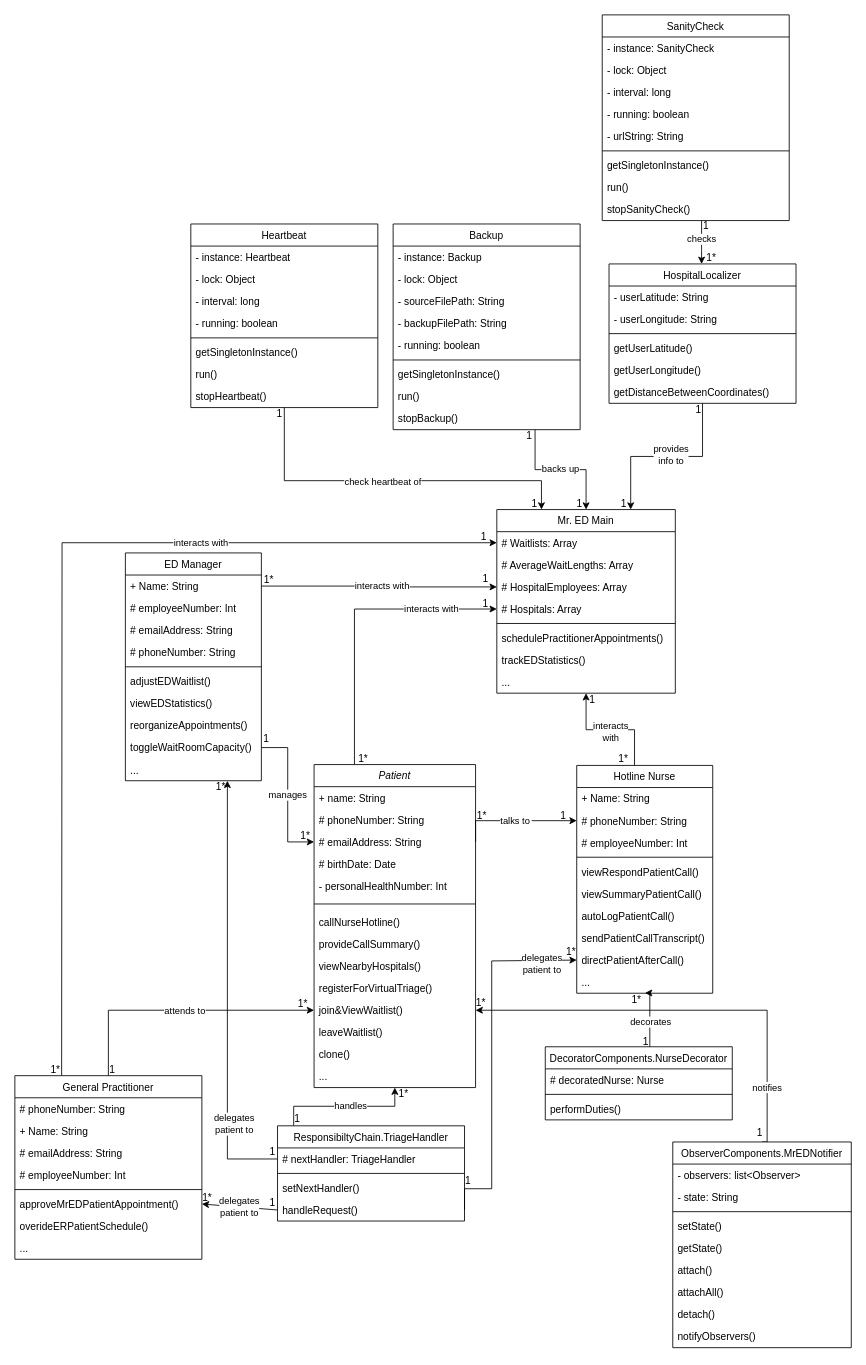
The draw.io diagram AmirWork/M2/Mister_ED_ClassDiagram.drawio in SENG-350-2024-fall/Team9, before the edit. Source tidied: cells renumbered, new cells numbered last; positions are measured from the earlier drawing's top-left corner, leaving out a move shared by most shapes. Both pictures are drawn from the tidied source at 85%, with x=0, y=0 at pixel (14, 14).
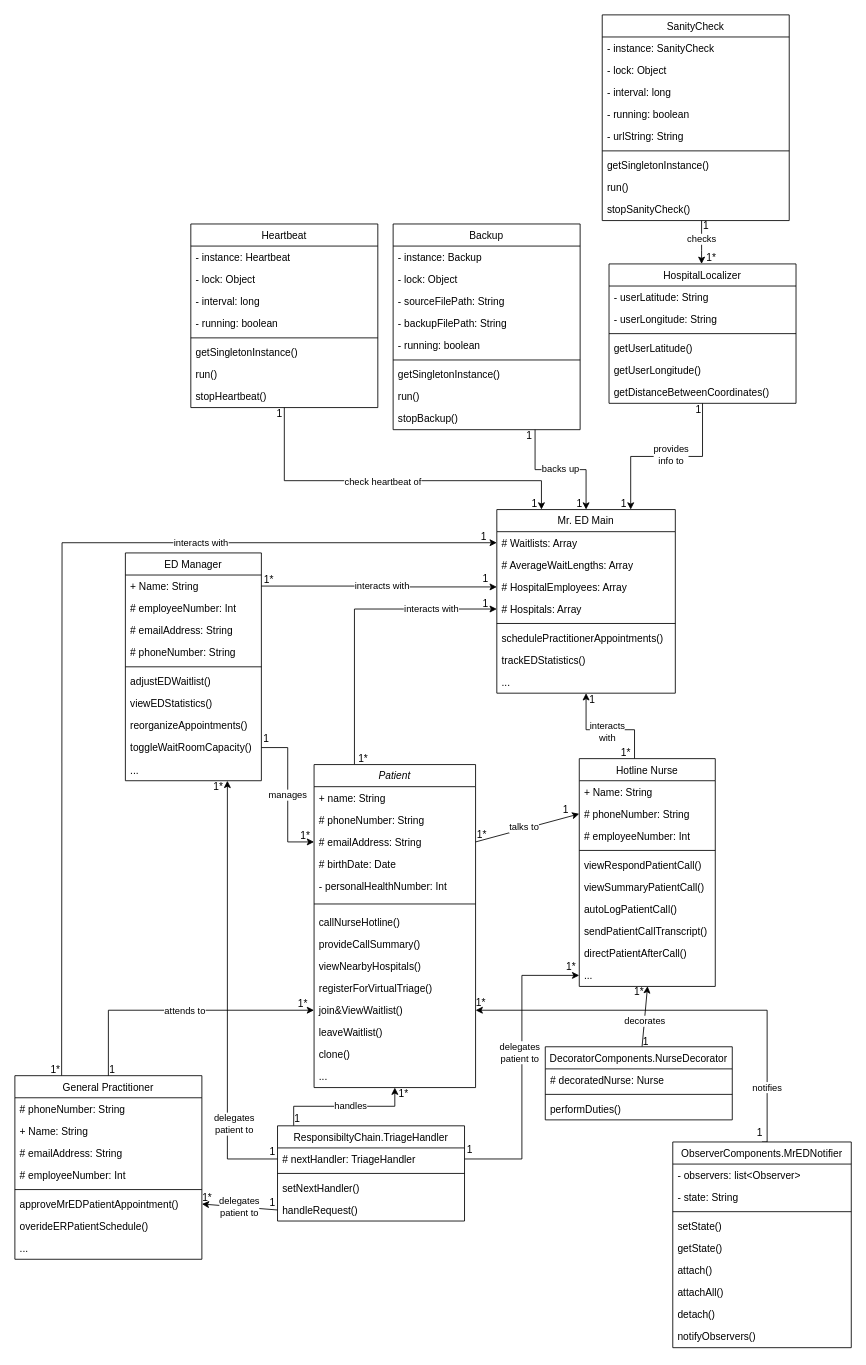
The same diagram, later.

The change refers to these unchanged cells:
```xml
<mxCell id="26" value="# nextHandler: TriageHandler" style="text;align=left;verticalAlign=top;spacingLeft=4;spacingRight=4;overflow=hidden;points=[[0,0.5],[1,0.5]];portConstraint=eastwest;rounded=0;shadow=0;html=0;" parent="25" vertex="1">
  <mxGeometry y="26" width="220" height="26" as="geometry" />
</mxCell>
<mxCell id="29" value="handleRequest()" style="text;align=left;verticalAlign=top;spacingLeft=4;spacingRight=4;overflow=hidden;points=[[0,0.5],[1,0.5]];portConstraint=eastwest;" parent="25" vertex="1">
  <mxGeometry y="86" width="220" height="26" as="geometry" />
</mxCell>
<mxCell id="127" value="# emailAddress: String" style="text;align=left;verticalAlign=top;spacingLeft=4;spacingRight=4;overflow=hidden;points=[[0,0.5],[1,0.5]];portConstraint=eastwest;rounded=0;shadow=0;html=0;" parent="124" vertex="1">
  <mxGeometry y="78" width="190" height="26" as="geometry" />
</mxCell>
<mxCell id="161" style="group;" parent="1" vertex="1">
  <mxGeometry x="639" y="861" width="182" height="311" as="geometry" />
</mxCell>
<mxCell id="166" value="# phoneNumber: String" style="text;align=left;verticalAlign=top;spacingLeft=4;spacingRight=4;overflow=hidden;points=[[0,0.5],[1,0.5]];portConstraint=eastwest;rounded=0;shadow=0;html=0;" parent="164" vertex="1">
  <mxGeometry y="52" width="160" height="26" as="geometry" />
</mxCell>
<mxCell id="173" value="directPatientAfterCall()" style="text;align=left;verticalAlign=top;spacingLeft=4;spacingRight=4;overflow=hidden;points=[[0,0.5],[1,0.5]];portConstraint=eastwest;" parent="164" vertex="1">
  <mxGeometry y="216" width="160" height="26" as="geometry" />
</mxCell>
<mxCell id="174" value="..." style="text;align=left;verticalAlign=top;spacingLeft=4;spacingRight=4;overflow=hidden;points=[[0,0.5],[1,0.5]];portConstraint=eastwest;" parent="164" vertex="1">
  <mxGeometry y="242" width="160" height="26" as="geometry" />
</mxCell>
<mxCell id="179" value="DecoratorComponents.NurseDecorator" style="swimlane;fontStyle=0;align=center;verticalAlign=top;horizontal=1;startSize=26;rounded=0;shadow=0;strokeWidth=1;" parent="178" vertex="1">
  <mxGeometry y="19" width="220" height="86" as="geometry" />
</mxCell>
```

What changed in the source:
```diff
@@
-    <mxCell id="2" value="talks to" style="endArrow=classic;shadow=0;strokeWidth=1;rounded=0;curved=0;endFill=1;edgeStyle=elbowEdgeStyle;elbow=vertical;exitX=1;exitY=0.5;exitDx=0;exitDy=0;entryX=0;entryY=0.5;entryDx=0;entryDy=0;" parent="1" edge="1" source="127" target="166">
-      <mxGeometry relative="1" as="geometry">
-        <Array as="points">
-          <mxPoint x="602" y="948" />
-        </Array>
-      </mxGeometry>
+    <mxCell id="2" style="endArrow=classic;shadow=0;strokeWidth=1;rounded=0;endFill=1;elbow=vertical;exitX=1;exitY=0.5;exitDx=0;exitDy=0;entryX=0;entryY=0.5;entryDx=0;entryDy=0;" parent="1" edge="1" source="127" target="166">
+      <mxGeometry relative="1" as="geometry" />
     </mxCell>
     <mxCell id="3" value="1*" style="align=left;verticalAlign=bottom;labelBackgroundColor=none;fontSize=12;" parent="2" vertex="1">
-      <mxGeometry x="-1" relative="1" as="geometry">
-        <mxPoint y="-22" as="offset" />
-      </mxGeometry>
+      <mxGeometry x="-1" relative="1" as="geometry" />
     </mxCell>
+    <mxCell id="185" value="talks to" style="edgeLabel;html=1;align=center;verticalAlign=middle;" parent="2" vertex="1">
+      <mxGeometry x="0.1" y="-2" relative="1" as="geometry">
+        <mxPoint x="-12" y="-1" as="offset" />
+      </mxGeometry>
+    </mxCell>
@@
-    <mxCell id="44" style="edgeStyle=orthogonalEdgeStyle;rounded=0;jettySize=auto;html=1;exitX=1;exitY=0.5;exitDx=0;exitDy=0;entryX=0;entryY=0.5;entryDx=0;entryDy=0;" parent="1" edge="1" source="29" target="173">
-      <mxGeometry relative="1" as="geometry">
-        <Array as="points">
-          <mxPoint x="529" y="1381" />
-          <mxPoint x="561" y="1381" />
-          <mxPoint x="561" y="1113" />
-        </Array>
-      </mxGeometry>
+    <mxCell id="44" style="rounded=0;jettySize=auto;html=1;exitX=1;exitY=0.5;exitDx=0;exitDy=0;entryX=0;entryY=0.5;entryDx=0;entryDy=0;edgeStyle=orthogonalEdgeStyle;" parent="1" edge="1" source="26" target="174">
+      <mxGeometry relative="1" as="geometry" />
     </mxCell>
     <mxCell id="45" value="delegates&lt;div&gt;patient to&lt;/div&gt;" style="edgeLabel;html=1;align=center;verticalAlign=middle;" parent="44" vertex="1">
       <mxGeometry x="-0.15" y="2" relative="1" as="geometry">
-        <mxPoint x="60" y="-141" as="offset" />
+        <mxPoint x="-1" y="-44" as="offset" />
       </mxGeometry>
     </mxCell>
@@
-    <mxCell id="54" style="edgeStyle=orthogonalEdgeStyle;rounded=0;jettySize=auto;html=1;entryX=0.502;entryY=0.989;entryDx=0;entryDy=0;entryPerimeter=0;" parent="1" edge="1" source="179" target="174">
-      <mxGeometry relative="1" as="geometry">
-        <Array as="points">
-          <mxPoint x="747" y="1183" />
-          <mxPoint x="747" y="1183" />
-        </Array>
-      </mxGeometry>
+    <mxCell id="54" style="rounded=0;jettySize=auto;html=1;entryX=0.502;entryY=0.989;entryDx=0;entryDy=0;entryPerimeter=0;" parent="1" edge="1" source="179" target="174">
+      <mxGeometry relative="1" as="geometry" />
     </mxCell>
@@
     <mxCell id="142" value="1" style="text;html=1;align=center;verticalAlign=middle;strokeColor=none;fillColor=none;" parent="1" vertex="1">
-      <mxGeometry x="520" y="1359" width="25" height="26" as="geometry" />
+      <mxGeometry x="522" y="1322" width="25" height="26" as="geometry" />
     </mxCell>
@@
     <mxCell id="148" value="1*" style="text;html=1;align=center;verticalAlign=middle;strokeColor=none;fillColor=none;" parent="1" vertex="1">
-      <mxGeometry x="227" y="895" width="29" height="26" as="geometry" />
+      <mxGeometry x="224" y="895" width="29" height="26" as="geometry" />
     </mxCell>
@@
     <mxCell id="162" value="1*" style="text;html=1;align=center;verticalAlign=middle;strokeColor=none;fillColor=none;" parent="161" vertex="1">
-      <mxGeometry x="77" y="285" width="29" height="26" as="geometry" />
+      <mxGeometry x="80" y="276" width="29" height="26" as="geometry" />
     </mxCell>
     <mxCell id="163" style="group;" parent="161" vertex="1">
-      <mxGeometry width="182" height="290" as="geometry" />
+      <mxGeometry x="3" y="-8" width="182" height="290" as="geometry" />
     </mxCell>
@@
     <mxCell id="176" value="1*" style="text;html=1;align=center;verticalAlign=middle;strokeColor=none;fillColor=none;" parent="163" vertex="1">
-      <mxGeometry y="228" width="29" height="26" as="geometry" />
+      <mxGeometry x="-3" y="254" width="29" height="26" as="geometry" />
     </mxCell>
```
